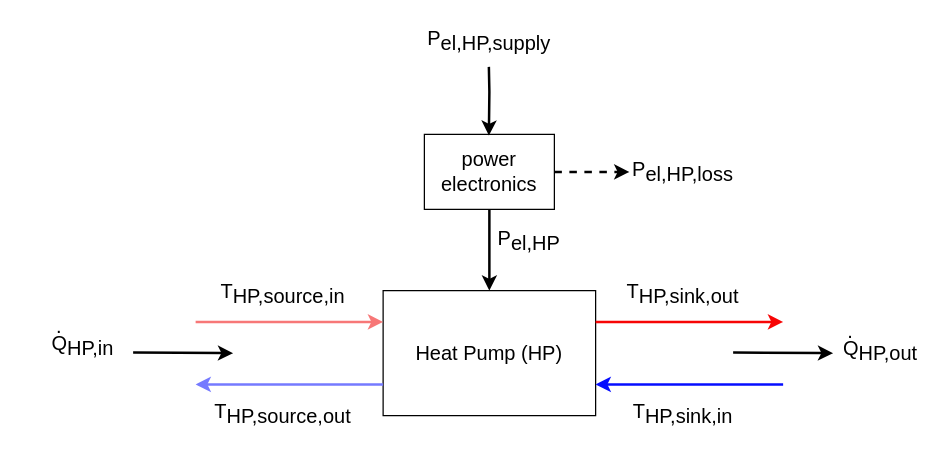
Above: docs/fig/source_files/221006_HeatPump_Energyflow.drawio in QuaSi-Software/Documentation (draw.io), before the change. Source tidied: cells renumbered, new cells numbered last; positions are measured from the earlier drawing's top-left corner, leaving out a move shared by most shapes. Both pictures are drawn from the tidied source at 125%, with x=0, y=0 at pixel (21, 21).
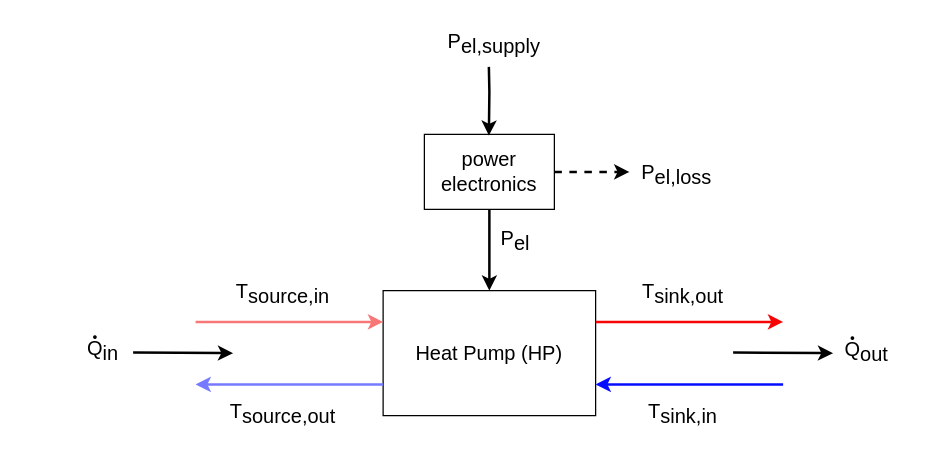
The same diagram, later.

Commit message (it also covers changes not shown here):
Remove use of prefix HP for naming variables of a heat pump.

The edit, as a diff of the source:
```diff
@@
-    <mxCell id="10" value="Q&lt;sub style=&quot;font-size: 16px;&quot;&gt;HP,in&lt;/sub&gt;" style="text;html=1;strokeColor=none;fillColor=none;align=center;verticalAlign=middle;whiteSpace=wrap;rounded=0;fontSize=16;" parent="1" vertex="1">
-      <mxGeometry x="19" y="244" width="60" height="30" as="geometry" />
+    <mxCell id="10" value="Q&lt;sub style=&quot;font-size: 16px;&quot;&gt;in&lt;/sub&gt;" style="text;html=1;strokeColor=none;fillColor=none;align=center;verticalAlign=middle;whiteSpace=wrap;rounded=0;fontSize=16;" parent="1" vertex="1">
+      <mxGeometry x="35" y="248" width="60" height="30" as="geometry" />
     </mxCell>
-    <mxCell id="11" value="Q&lt;sub style=&quot;font-size: 16px;&quot;&gt;HP,out&lt;/sub&gt;" style="text;html=1;strokeColor=none;fillColor=none;align=center;verticalAlign=middle;whiteSpace=wrap;rounded=0;fontSize=16;" parent="1" vertex="1">
-      <mxGeometry x="657" y="248" width="60" height="30" as="geometry" />
+    <mxCell id="11" value="Q&lt;sub style=&quot;font-size: 16px;&quot;&gt;out&lt;/sub&gt;" style="text;html=1;strokeColor=none;fillColor=none;align=center;verticalAlign=middle;whiteSpace=wrap;rounded=0;fontSize=16;" parent="1" vertex="1">
+      <mxGeometry x="646" y="249" width="60" height="30" as="geometry" />
     </mxCell>
-    <mxCell id="12" value="&lt;span style=&quot;font-size: 16px;&quot;&gt;P&lt;sub style=&quot;font-size: 16px;&quot;&gt;el,HP&lt;/sub&gt;&lt;/span&gt;" style="text;html=1;strokeColor=none;fillColor=none;align=center;verticalAlign=middle;whiteSpace=wrap;rounded=0;fontSize=16;" parent="1" vertex="1">
-      <mxGeometry x="376" y="160" width="60" height="30" as="geometry" />
+    <mxCell id="12" value="&lt;span style=&quot;font-size: 16px;&quot;&gt;P&lt;sub style=&quot;font-size: 16px;&quot;&gt;el&lt;/sub&gt;&lt;/span&gt;" style="text;html=1;strokeColor=none;fillColor=none;align=center;verticalAlign=middle;whiteSpace=wrap;rounded=0;fontSize=16;" parent="1" vertex="1">
+      <mxGeometry x="365" y="160" width="60" height="30" as="geometry" />
     </mxCell>
-    <mxCell id="13" value="." style="text;html=1;strokeColor=none;fillColor=none;align=center;verticalAlign=middle;whiteSpace=wrap;rounded=0;fontSize=16;" parent="1" vertex="1">
-      <mxGeometry y="228" width="60" height="30" as="geometry" />
+    <mxCell id="13" value="." style="text;html=1;strokeColor=none;fillColor=none;align=center;verticalAlign=middle;whiteSpace=wrap;rounded=0;fontSize=25;fontFamily=Garamond;" parent="1" vertex="1">
+      <mxGeometry x="56" y="239" width="6" height="12" as="geometry" />
     </mxCell>
-    <mxCell id="14" value="." style="text;html=1;strokeColor=none;fillColor=none;align=center;verticalAlign=middle;whiteSpace=wrap;rounded=0;fontSize=16;" parent="1" vertex="1">
-      <mxGeometry x="633" y="232" width="60" height="30" as="geometry" />
-    </mxCell>
-    <mxCell id="15" value="T&lt;sub style=&quot;font-size: 16px;&quot;&gt;HP,source,in&lt;/sub&gt;" style="text;html=1;strokeColor=none;fillColor=none;align=center;verticalAlign=middle;whiteSpace=wrap;rounded=0;fontSize=16;" parent="1" vertex="1">
+    <mxCell id="15" value="T&lt;sub style=&quot;font-size: 16px;&quot;&gt;source,in&lt;/sub&gt;" style="text;html=1;strokeColor=none;fillColor=none;align=center;verticalAlign=middle;whiteSpace=wrap;rounded=0;fontSize=16;" parent="1" vertex="1">
       <mxGeometry x="179" y="202" width="60" height="30" as="geometry" />
     </mxCell>
-    <mxCell id="16" value="T&lt;sub style=&quot;font-size: 16px;&quot;&gt;HP,source,out&lt;/sub&gt;" style="text;html=1;strokeColor=none;fillColor=none;align=center;verticalAlign=middle;whiteSpace=wrap;rounded=0;fontSize=16;" parent="1" vertex="1">
+    <mxCell id="16" value="T&lt;sub style=&quot;font-size: 16px;&quot;&gt;source,out&lt;/sub&gt;" style="text;html=1;strokeColor=none;fillColor=none;align=center;verticalAlign=middle;whiteSpace=wrap;rounded=0;fontSize=16;" parent="1" vertex="1">
       <mxGeometry x="179" y="298" width="60" height="30" as="geometry" />
     </mxCell>
-    <mxCell id="17" value="T&lt;sub style=&quot;font-size: 16px;&quot;&gt;HP,sink,out&lt;/sub&gt;" style="text;html=1;strokeColor=none;fillColor=none;align=center;verticalAlign=middle;whiteSpace=wrap;rounded=0;fontSize=16;" parent="1" vertex="1">
+    <mxCell id="17" value="T&lt;sub style=&quot;font-size: 16px;&quot;&gt;sink,out&lt;/sub&gt;" style="text;html=1;strokeColor=none;fillColor=none;align=center;verticalAlign=middle;whiteSpace=wrap;rounded=0;fontSize=16;" parent="1" vertex="1">
       <mxGeometry x="499" y="202" width="60" height="30" as="geometry" />
     </mxCell>
-    <mxCell id="18" value="T&lt;sub style=&quot;font-size: 16px;&quot;&gt;HP,sink,in&lt;/sub&gt;" style="text;html=1;strokeColor=none;fillColor=none;align=center;verticalAlign=middle;whiteSpace=wrap;rounded=0;fontSize=16;" parent="1" vertex="1">
+    <mxCell id="18" value="T&lt;sub style=&quot;font-size: 16px;&quot;&gt;sink,in&lt;/sub&gt;" style="text;html=1;strokeColor=none;fillColor=none;align=center;verticalAlign=middle;whiteSpace=wrap;rounded=0;fontSize=16;" parent="1" vertex="1">
       <mxGeometry x="499" y="298" width="60" height="30" as="geometry" />
     </mxCell>
@@
-    <mxCell id="21" value="&lt;span style=&quot;font-size: 16px;&quot;&gt;P&lt;sub style=&quot;font-size: 16px;&quot;&gt;el,HP,supply&lt;/sub&gt;&lt;/span&gt;" style="text;html=1;strokeColor=none;fillColor=none;align=center;verticalAlign=middle;whiteSpace=wrap;rounded=0;fontSize=16;" parent="1" vertex="1">
-      <mxGeometry x="344" width="60" height="30" as="geometry" />
+    <mxCell id="21" value="&lt;span style=&quot;font-size: 16px;&quot;&gt;P&lt;sub style=&quot;font-size: 16px;&quot;&gt;el,supply&lt;/sub&gt;&lt;/span&gt;" style="text;html=1;strokeColor=none;fillColor=none;align=center;verticalAlign=middle;whiteSpace=wrap;rounded=0;fontSize=16;" parent="1" vertex="1">
+      <mxGeometry x="348" y="2" width="60" height="30" as="geometry" />
     </mxCell>
@@
-    <mxCell id="23" value="&lt;span style=&quot;font-size: 16px;&quot;&gt;P&lt;sub style=&quot;font-size: 16px;&quot;&gt;el,HP,loss&lt;/sub&gt;&lt;/span&gt;" style="text;html=1;strokeColor=none;fillColor=none;align=center;verticalAlign=middle;whiteSpace=wrap;rounded=0;fontSize=16;" parent="1" vertex="1">
-      <mxGeometry x="499" y="105" width="60" height="30" as="geometry" />
+    <mxCell id="23" value="&lt;span style=&quot;font-size: 16px;&quot;&gt;P&lt;sub style=&quot;font-size: 16px;&quot;&gt;el,loss&lt;/sub&gt;&lt;/span&gt;" style="text;html=1;strokeColor=none;fillColor=none;align=center;verticalAlign=middle;whiteSpace=wrap;rounded=0;fontSize=16;" parent="1" vertex="1">
+      <mxGeometry x="494" y="107" width="60" height="30" as="geometry" />
     </mxCell>
+    <mxCell id="14" value="." style="text;html=1;strokeColor=none;fillColor=none;align=center;verticalAlign=middle;whiteSpace=wrap;rounded=0;fontSize=25;fontFamily=Garamond;" parent="1" vertex="1">
+      <mxGeometry x="662" y="240" width="6" height="12" as="geometry" />
+    </mxCell>
```
